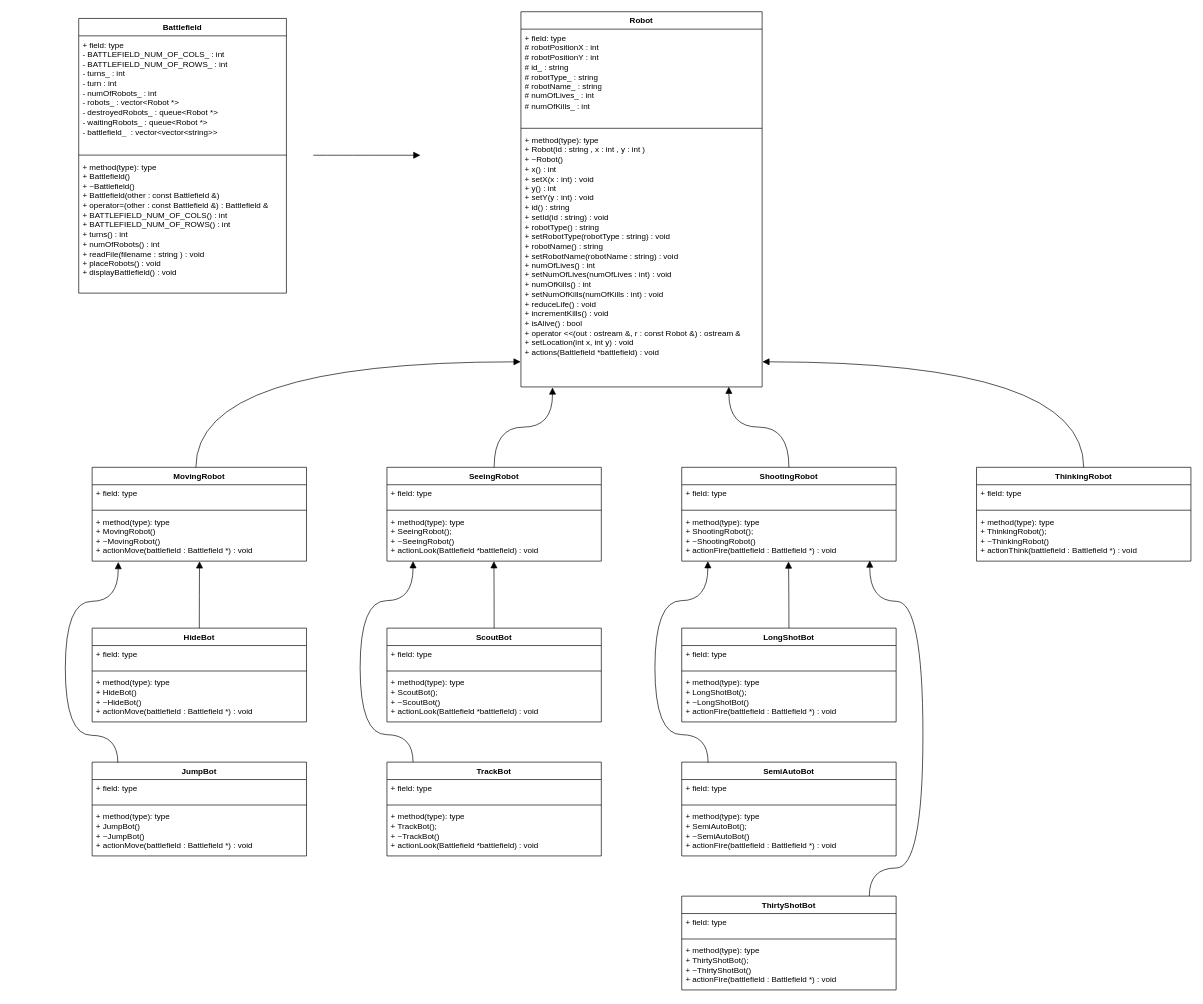
The draw.io diagram drawio/UML.drawio in nattprog/oopds-robots, before the edit. Source tidied: cells renumbered, new cells numbered last; positions are measured from the earlier drawing's top-left corner, leaving out a move shared by most shapes. Both pictures are drawn from the tidied source at 67%, with x=0, y=0 at pixel (65, 11).
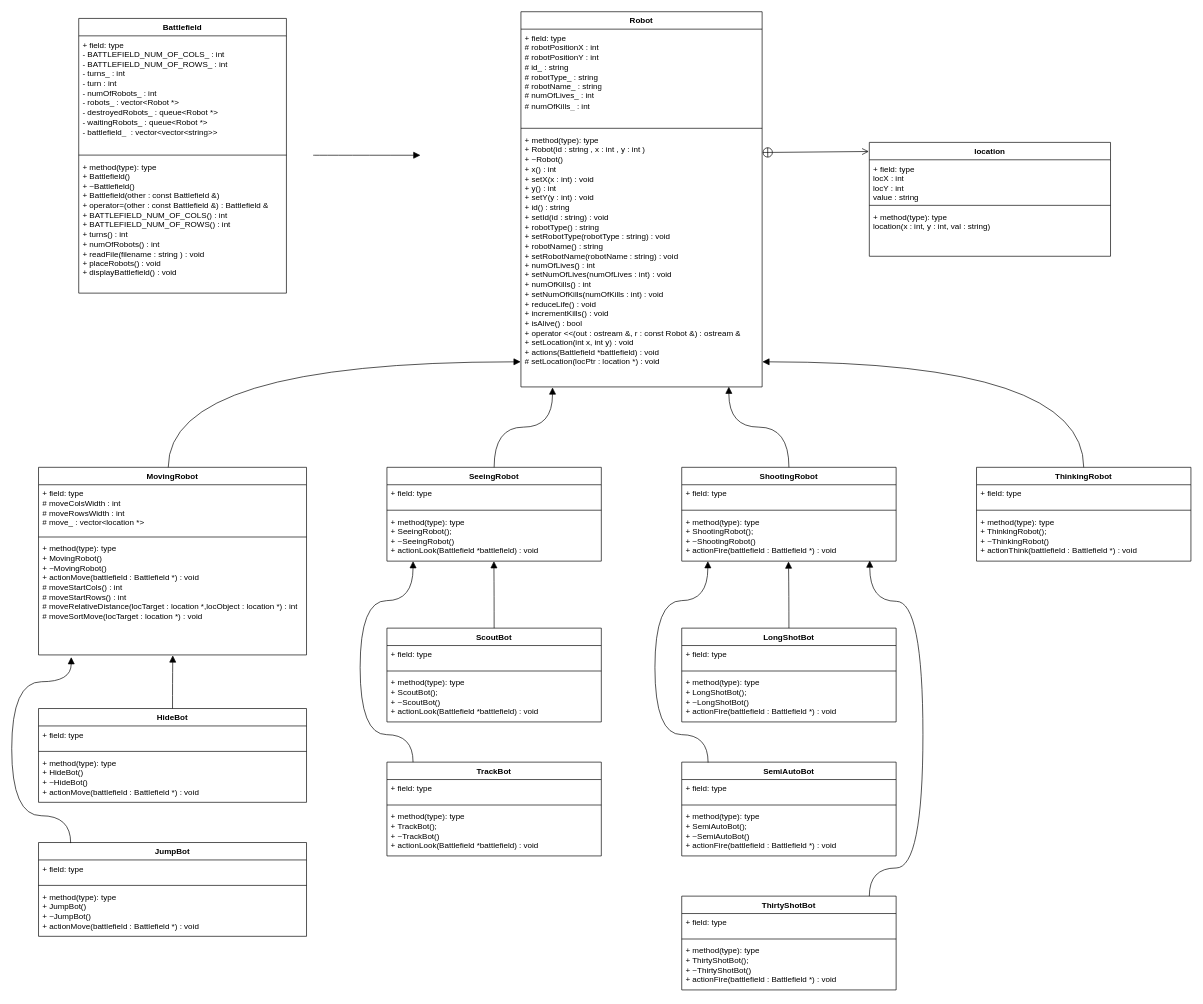
Above is the later version.

The change refers to these unchanged cells:
```xml
<mxCell id="2" value="Robot" style="swimlane;fontStyle=1;align=center;verticalAlign=top;horizontal=1;startSize=26;whiteSpace=wrap;html=1;" parent="1" vertex="1">
  <mxGeometry x="680" width="360" height="560" as="geometry" />
</mxCell>
```

Diff of the diagram source:
```diff
@@
-    <mxCell id="3" value="&lt;div&gt;+ field: type&lt;/div&gt;&lt;div&gt;# robotPositionX : int&lt;/div&gt;&lt;div&gt;# robotPositionY : int&lt;/div&gt;&lt;div&gt;# id_ : string&lt;/div&gt;&lt;div&gt;# robotType_ : string&lt;/div&gt;&lt;div&gt;# robotName_ : string&lt;/div&gt;&lt;div&gt;# numOfLives_ : int&lt;/div&gt;&lt;div&gt;# numOfKills_ : int&lt;/div&gt;&lt;div&gt;&lt;br&gt;&lt;/div&gt;" style="text;strokeColor=none;fillColor=none;align=left;verticalAlign=top;spacingLeft=4;spacingRight=4;overflow=hidden;whiteSpace=wrap;html=1;" parent="2" vertex="1">
+    <mxCell id="3" value="&lt;div&gt;+ field: type&lt;/div&gt;&lt;div&gt;# robotPositionX : int&lt;/div&gt;&lt;div&gt;# robotPositionY : int&lt;/div&gt;&lt;div&gt;# id_ : string&lt;/div&gt;&lt;div&gt;# robotType_ : string&lt;/div&gt;&lt;div&gt;# robotName_ : string&lt;/div&gt;&lt;div&gt;# numOfLives_ : int&lt;/div&gt;&lt;div&gt;# numOfKills_ : int&lt;/div&gt;" style="text;strokeColor=none;fillColor=none;align=left;verticalAlign=top;spacingLeft=4;spacingRight=4;overflow=hidden;whiteSpace=wrap;html=1;" parent="2" vertex="1">
       <mxGeometry y="26" width="360" height="144" as="geometry" />
     </mxCell>
@@
-    <mxCell id="5" value="&lt;div&gt;+ method(type): type&lt;/div&gt;&lt;div&gt;+ Robot(id : string , x : int , y : int )&lt;/div&gt;&lt;div&gt;+ ~Robot()&lt;/div&gt;&lt;div&gt;+ x() : int&lt;/div&gt;&lt;div&gt;+ setX(x : int) : void&lt;/div&gt;&lt;div&gt;+ y() : int&lt;/div&gt;&lt;div&gt;+ setY(y : int) : void &lt;br&gt;&lt;/div&gt;&lt;div&gt;+ id() : string&lt;/div&gt;&lt;div&gt;+ setId(id : string) : void&lt;/div&gt;&lt;div&gt;+ robotType() : string&lt;/div&gt;&lt;div&gt;+ setRobotType(robotType : string) : void&lt;/div&gt;&lt;div&gt;+ robotName() : string&lt;/div&gt;&lt;div&gt;+ setRobotName(robotName : string) : void&lt;/div&gt;&lt;div&gt;+ numOfLives() : int&lt;/div&gt;&lt;div&gt;+ setNumOfLives(numOfLives : int) : void&lt;/div&gt;&lt;div&gt;+ numOfKills() : int&lt;/div&gt;&lt;div&gt;+ setNumOfKills(numOfKills : int) : void&lt;/div&gt;&lt;div&gt;+ reduceLife() : void&lt;/div&gt;&lt;div&gt;+ incrementKills() : void&lt;/div&gt;&lt;div&gt;+ isAlive() : bool&lt;/div&gt;&lt;div&gt;+ operator &amp;lt;&amp;lt;(out : ostream &amp;amp;, r : const Robot &amp;amp;) : ostream &amp;amp;&lt;/div&gt;&lt;div&gt;+ setLocation(int x, int y) : void&lt;/div&gt;&lt;div&gt;+ actions(Battlefield *battlefield) : void&lt;/div&gt;&lt;div&gt;&lt;br&gt;&lt;/div&gt;" style="text;strokeColor=none;fillColor=none;align=left;verticalAlign=top;spacingLeft=4;spacingRight=4;overflow=hidden;points=[[0,0.5],[1,0.5]];portConstraint=eastwest;whiteSpace=wrap;html=1;" parent="2" vertex="1">
+    <mxCell id="5" value="&lt;div&gt;+ method(type): type&lt;/div&gt;&lt;div&gt;+ Robot(id : string , x : int , y : int )&lt;/div&gt;&lt;div&gt;+ ~Robot()&lt;/div&gt;&lt;div&gt;+ x() : int&lt;/div&gt;&lt;div&gt;+ setX(x : int) : void&lt;/div&gt;&lt;div&gt;+ y() : int&lt;/div&gt;&lt;div&gt;+ setY(y : int) : void &lt;br&gt;&lt;/div&gt;&lt;div&gt;+ id() : string&lt;/div&gt;&lt;div&gt;+ setId(id : string) : void&lt;/div&gt;&lt;div&gt;+ robotType() : string&lt;/div&gt;&lt;div&gt;+ setRobotType(robotType : string) : void&lt;/div&gt;&lt;div&gt;+ robotName() : string&lt;/div&gt;&lt;div&gt;+ setRobotName(robotName : string) : void&lt;/div&gt;&lt;div&gt;+ numOfLives() : int&lt;/div&gt;&lt;div&gt;+ setNumOfLives(numOfLives : int) : void&lt;/div&gt;&lt;div&gt;+ numOfKills() : int&lt;/div&gt;&lt;div&gt;+ setNumOfKills(numOfKills : int) : void&lt;/div&gt;&lt;div&gt;+ reduceLife() : void&lt;/div&gt;&lt;div&gt;+ incrementKills() : void&lt;/div&gt;&lt;div&gt;+ isAlive() : bool&lt;/div&gt;&lt;div&gt;+ operator &amp;lt;&amp;lt;(out : ostream &amp;amp;, r : const Robot &amp;amp;) : ostream &amp;amp;&lt;/div&gt;&lt;div&gt;+ setLocation(int x, int y) : void&lt;/div&gt;&lt;div&gt;+ actions(Battlefield *battlefield) : void&lt;/div&gt;&lt;div&gt;# setLocation(locPtr : location *) : void&lt;/div&gt;" style="text;strokeColor=none;fillColor=none;align=left;verticalAlign=top;spacingLeft=4;spacingRight=4;overflow=hidden;points=[[0,0.5],[1,0.5]];portConstraint=eastwest;whiteSpace=wrap;html=1;" parent="2" vertex="1">
       <mxGeometry y="178" width="360" height="382" as="geometry" />
     </mxCell>
@@
     <mxCell id="10" value="MovingRobot" style="swimlane;fontStyle=1;align=center;verticalAlign=top;horizontal=1;startSize=26;whiteSpace=wrap;html=1;" parent="1" vertex="1">
-      <mxGeometry x="40" y="680" width="320" height="140" as="geometry" />
+      <mxGeometry x="-40" y="680" width="400" height="280" as="geometry" />
     </mxCell>
-    <mxCell id="11" value="&lt;div&gt;+ field: type&lt;/div&gt;&lt;div&gt;&lt;br&gt;&lt;/div&gt;" style="text;strokeColor=none;fillColor=none;align=left;verticalAlign=top;spacingLeft=4;spacingRight=4;overflow=hidden;whiteSpace=wrap;html=1;" parent="10" vertex="1">
-      <mxGeometry y="26" width="320" height="34" as="geometry" />
+    <mxCell id="11" value="&lt;div&gt;+ field: type&lt;/div&gt;&lt;div&gt;# moveColsWidth : int&lt;/div&gt;&lt;div&gt;# moveRowsWidth : int&lt;br&gt;# move_ : vector&amp;lt;location *&amp;gt;&lt;/div&gt;" style="text;strokeColor=none;fillColor=none;align=left;verticalAlign=top;spacingLeft=4;spacingRight=4;overflow=hidden;whiteSpace=wrap;html=1;" parent="10" vertex="1">
+      <mxGeometry y="26" width="400" height="74" as="geometry" />
     </mxCell>
     <mxCell id="12" style="line;strokeWidth=1;fillColor=none;align=left;verticalAlign=middle;spacingTop=-1;spacingLeft=3;spacingRight=3;labelPosition=right;strokeColor=inherit;" parent="10" vertex="1">
-      <mxGeometry y="60" width="320" height="8" as="geometry" />
+      <mxGeometry y="100" width="400" height="8" as="geometry" />
     </mxCell>
-    <mxCell id="13" value="&lt;div&gt;+ method(type): type&lt;/div&gt;&lt;div&gt;+ MovingRobot()&lt;/div&gt;&lt;div&gt;+ ~MovingRobot()&lt;/div&gt;+ actionMove(battlefield : Battlefield *) : void" style="text;strokeColor=none;fillColor=none;align=left;verticalAlign=top;spacingLeft=4;spacingRight=4;overflow=hidden;points=[[0,0.5],[1,0.5]];portConstraint=eastwest;whiteSpace=wrap;html=1;" parent="10" vertex="1">
-      <mxGeometry y="68" width="320" height="72" as="geometry" />
+    <mxCell id="13" value="&lt;div&gt;+ method(type): type&lt;/div&gt;&lt;div&gt;+ MovingRobot()&lt;/div&gt;&lt;div&gt;+ ~MovingRobot()&lt;/div&gt;+ actionMove(battlefield : Battlefield *) : void&lt;br&gt;&lt;div&gt;# moveStartCols() : int&lt;/div&gt;&lt;div&gt;# moveStartRows() : int&lt;/div&gt;&lt;div&gt;# moveRelativeDistance(locTarget : location *,locObject : location *) : int&lt;/div&gt;&lt;div&gt;# moveSortMove(locTarget : location *) : void&lt;/div&gt;" style="text;strokeColor=none;fillColor=none;align=left;verticalAlign=top;spacingLeft=4;spacingRight=4;overflow=hidden;points=[[0,0.5],[1,0.5]];portConstraint=eastwest;whiteSpace=wrap;html=1;" parent="10" vertex="1">
+      <mxGeometry y="108" width="400" height="172" as="geometry" />
     </mxCell>
@@
     <mxCell id="31" value="JumpBot" style="swimlane;fontStyle=1;align=center;verticalAlign=top;horizontal=1;startSize=26;whiteSpace=wrap;html=1;" parent="1" vertex="1">
-      <mxGeometry x="40" y="1120" width="320" height="140" as="geometry" />
+      <mxGeometry x="-40" y="1240" width="400" height="140" as="geometry" />
     </mxCell>
     <mxCell id="32" value="&lt;div&gt;+ field: type&lt;/div&gt;&lt;div&gt;&lt;br&gt;&lt;/div&gt;" style="text;strokeColor=none;fillColor=none;align=left;verticalAlign=top;spacingLeft=4;spacingRight=4;overflow=hidden;whiteSpace=wrap;html=1;" parent="31" vertex="1">
-      <mxGeometry y="26" width="320" height="34" as="geometry" />
+      <mxGeometry y="26" width="400" height="34" as="geometry" />
     </mxCell>
     <mxCell id="33" style="line;strokeWidth=1;fillColor=none;align=left;verticalAlign=middle;spacingTop=-1;spacingLeft=3;spacingRight=3;labelPosition=right;strokeColor=inherit;" parent="31" vertex="1">
-      <mxGeometry y="60" width="320" height="8" as="geometry" />
+      <mxGeometry y="60" width="400" height="8" as="geometry" />
     </mxCell>
     <mxCell id="34" value="&lt;div&gt;+ method(type): type&lt;/div&gt;&lt;div&gt;+&amp;nbsp;JumpBot()&lt;/div&gt;&lt;div&gt;+ ~JumpBot()&lt;/div&gt;+ actionMove(battlefield : Battlefield *) : void" style="text;strokeColor=none;fillColor=none;align=left;verticalAlign=top;spacingLeft=4;spacingRight=4;overflow=hidden;whiteSpace=wrap;html=1;" parent="31" vertex="1">
-      <mxGeometry y="68" width="320" height="72" as="geometry" />
+      <mxGeometry y="68" width="400" height="72" as="geometry" />
     </mxCell>
     <mxCell id="35" value="HideBot" style="swimlane;fontStyle=1;align=center;verticalAlign=top;horizontal=1;startSize=26;whiteSpace=wrap;html=1;" parent="1" vertex="1">
-      <mxGeometry x="40" y="920" width="320" height="140" as="geometry" />
+      <mxGeometry x="-40" y="1040" width="400" height="140" as="geometry" />
     </mxCell>
     <mxCell id="36" value="&lt;div&gt;+ field: type&lt;/div&gt;&lt;div&gt;&lt;br&gt;&lt;/div&gt;" style="text;strokeColor=none;fillColor=none;align=left;verticalAlign=top;spacingLeft=4;spacingRight=4;overflow=hidden;whiteSpace=wrap;html=1;" parent="35" vertex="1">
-      <mxGeometry y="26" width="320" height="34" as="geometry" />
+      <mxGeometry y="26" width="400" height="34" as="geometry" />
     </mxCell>
     <mxCell id="37" style="line;strokeWidth=1;fillColor=none;align=left;verticalAlign=middle;spacingTop=-1;spacingLeft=3;spacingRight=3;labelPosition=right;strokeColor=inherit;" parent="35" vertex="1">
-      <mxGeometry y="60" width="320" height="8" as="geometry" />
+      <mxGeometry y="60" width="400" height="8" as="geometry" />
     </mxCell>
     <mxCell id="38" value="&lt;div&gt;+ method(type): type&lt;/div&gt;&lt;div&gt;+ HideBot()&lt;/div&gt;&lt;div&gt;+ ~HideBot()&lt;/div&gt;+ actionMove(battlefield : Battlefield *) : void" style="text;strokeColor=none;fillColor=none;align=left;verticalAlign=top;spacingLeft=4;spacingRight=4;overflow=hidden;whiteSpace=wrap;html=1;" parent="35" vertex="1">
-      <mxGeometry y="68" width="320" height="72" as="geometry" />
+      <mxGeometry y="68" width="400" height="72" as="geometry" />
     </mxCell>
@@
     <mxCell id="60" style="endArrow=block;endFill=1;html=1;edgeStyle=orthogonalEdgeStyle;align=left;verticalAlign=top;rounded=0;fontSize=12;startSize=8;endSize=8;curved=1;exitX=0.12;exitY=0.006;exitDx=0;exitDy=0;exitPerimeter=0;entryX=0.122;entryY=1.019;entryDx=0;entryDy=0;entryPerimeter=0;" parent="1" edge="1" source="31" target="13">
       <mxGeometry x="-1" relative="1" as="geometry">
         <Array as="points">
-          <mxPoint x="78" y="1080" />
-          <mxPoint y="1080" />
-          <mxPoint y="880" />
-          <mxPoint x="79" y="880" />
+          <mxPoint x="8" y="1200" />
+          <mxPoint x="-80" y="1200" />
+          <mxPoint x="-80" y="1000" />
+          <mxPoint x="9" y="1000" />
         </Array>
       </mxGeometry>
     </mxCell>
@@
+    <mxCell id="66" value="location" style="swimlane;fontStyle=1;align=center;verticalAlign=top;horizontal=1;startSize=26;whiteSpace=wrap;html=1;" parent="1" vertex="1">
+      <mxGeometry x="1200" y="195" width="360" height="170" as="geometry" />
+    </mxCell>
+    <mxCell id="67" value="&lt;div&gt;+ field: type&lt;/div&gt;&lt;div&gt;locX : int&lt;/div&gt;&lt;div&gt;locY : int&lt;/div&gt;&lt;div&gt;value : string&lt;/div&gt;" style="text;strokeColor=none;fillColor=none;align=left;verticalAlign=top;spacingLeft=4;spacingRight=4;overflow=hidden;whiteSpace=wrap;html=1;" parent="66" vertex="1">
+      <mxGeometry y="26" width="360" height="64" as="geometry" />
+    </mxCell>
+    <mxCell id="68" style="line;strokeWidth=1;fillColor=none;align=left;verticalAlign=middle;spacingTop=-1;spacingLeft=3;spacingRight=3;labelPosition=right;strokeColor=inherit;" parent="66" vertex="1">
+      <mxGeometry y="90" width="360" height="8" as="geometry" />
+    </mxCell>
+    <mxCell id="69" value="&lt;div&gt;+ method(type): type&lt;br&gt;location(x : int, y : int, val : string)&lt;/div&gt;" style="text;strokeColor=none;fillColor=none;align=left;verticalAlign=top;spacingLeft=4;spacingRight=4;overflow=hidden;whiteSpace=wrap;html=1;" parent="66" vertex="1">
+      <mxGeometry y="98" width="360" height="72" as="geometry" />
+    </mxCell>
+    <mxCell id="70" style="endArrow=open;startArrow=circlePlus;endFill=0;startFill=0;endSize=8;html=1;rounded=0;exitX=1.001;exitY=0.084;exitDx=0;exitDy=0;exitPerimeter=0;entryX=-0.002;entryY=0.08;entryDx=0;entryDy=0;entryPerimeter=0;" parent="1" edge="1" source="5" target="66">
+      <mxGeometry relative="1" as="geometry" />
+    </mxCell>
```
